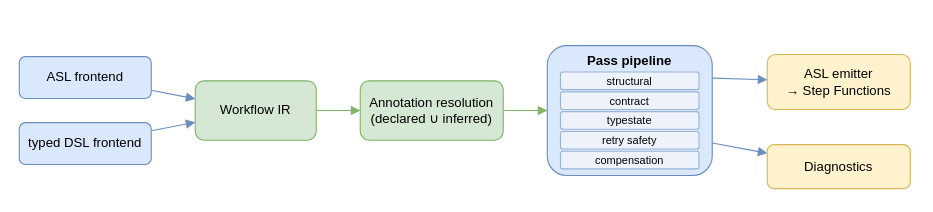
This is paper/figures/architecture.drawio from Nimrod-F/stepcheck, a draw.io file, before an edit. Source tidied: cells renumbered, new cells numbered last; positions are measured from the earlier drawing's top-left corner, leaving out a move shared by most shapes. Both pictures are drawn from the tidied source at 110%, with x=0, y=0 at pixel (19, 45).
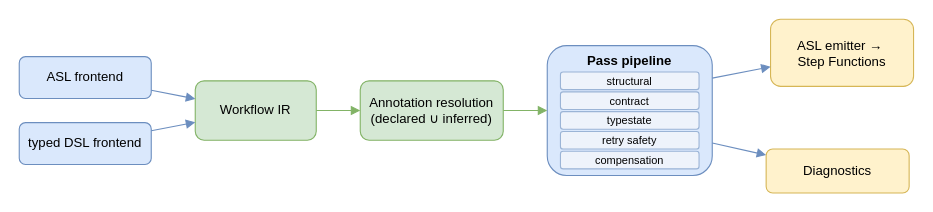
The same page after the edit.

The edit, as a diff of the source:
```diff
@@
 <mxGraphModel>
   <root>
     <mxCell id="0" />
     <mxCell id="1" parent="0" />
     <mxCell id="2" value="ASL frontend" style="rounded=1;whiteSpace=wrap;html=1;fillColor=#dae8fc;strokeColor=#6c8ebf;" parent="1" vertex="1">
       <mxGeometry y="10" width="120" height="38" as="geometry" />
     </mxCell>
     <mxCell id="3" value="typed DSL frontend" style="rounded=1;whiteSpace=wrap;html=1;fillColor=#dae8fc;strokeColor=#6c8ebf;" parent="1" vertex="1">
       <mxGeometry y="70" width="120" height="38" as="geometry" />
     </mxCell>
     <mxCell id="4" value="Workflow IR" style="rounded=1;whiteSpace=wrap;html=1;fillColor=#d5e8d4;strokeColor=#82b366;" parent="1" vertex="1">
       <mxGeometry x="160" y="32" width="110" height="54" as="geometry" />
     </mxCell>
     <mxCell id="5" value="Annotation resolution&#10;(declared ∪ inferred)" style="rounded=1;whiteSpace=wrap;html=1;fillColor=#d5e8d4;strokeColor=#82b366;" parent="1" vertex="1">
       <mxGeometry x="310" y="32" width="130" height="54" as="geometry" />
     </mxCell>
     <mxCell id="6" value="Pass pipeline" style="rounded=1;whiteSpace=wrap;html=1;fillColor=#dae8fc;strokeColor=#6c8ebf;verticalAlign=top;fontStyle=1;" parent="1" vertex="1">
       <mxGeometry x="480" width="150" height="118" as="geometry" />
     </mxCell>
     <mxCell id="7" value="structural" style="rounded=1;whiteSpace=wrap;html=1;fillColor=#eef3fb;strokeColor=#9bb4d6;fontSize=10;" parent="1" vertex="1">
       <mxGeometry x="492" y="24" width="126" height="16" as="geometry" />
     </mxCell>
     <mxCell id="8" value="contract" style="rounded=1;whiteSpace=wrap;html=1;fillColor=#eef3fb;strokeColor=#9bb4d6;fontSize=10;" parent="1" vertex="1">
       <mxGeometry x="492" y="42" width="126" height="16" as="geometry" />
     </mxCell>
     <mxCell id="9" value="typestate" style="rounded=1;whiteSpace=wrap;html=1;fillColor=#eef3fb;strokeColor=#9bb4d6;fontSize=10;" parent="1" vertex="1">
       <mxGeometry x="492" y="60" width="126" height="16" as="geometry" />
     </mxCell>
     <mxCell id="10" value="retry safety" style="rounded=1;whiteSpace=wrap;html=1;fillColor=#eef3fb;strokeColor=#9bb4d6;fontSize=10;" parent="1" vertex="1">
       <mxGeometry x="492" y="78" width="126" height="16" as="geometry" />
     </mxCell>
     <mxCell id="11" value="compensation" style="rounded=1;whiteSpace=wrap;html=1;fillColor=#eef3fb;strokeColor=#9bb4d6;fontSize=10;" parent="1" vertex="1">
       <mxGeometry x="492" y="96" width="126" height="16" as="geometry" />
     </mxCell>
-    <mxCell id="12" value="ASL emitter&#10;→ Step Functions" style="rounded=1;whiteSpace=wrap;html=1;fillColor=#fff2cc;strokeColor=#d6b656;" parent="1" vertex="1">
-      <mxGeometry x="680" y="8" width="130" height="50" as="geometry" />
+    <mxCell id="12" value="ASL emitter →&amp;nbsp;&lt;br&gt;Step Functions" style="rounded=1;whiteSpace=wrap;html=1;fillColor=#fff2cc;strokeColor=#d6b656;" parent="1" vertex="1">
+      <mxGeometry x="683" y="-24" width="130" height="61" as="geometry" />
     </mxCell>
     <mxCell id="13" value="Diagnostics" style="rounded=1;whiteSpace=wrap;html=1;fillColor=#fff2cc;strokeColor=#d6b656;" parent="1" vertex="1">
-      <mxGeometry x="680" y="90" width="130" height="40" as="geometry" />
+      <mxGeometry x="679" y="94" width="130" height="40" as="geometry" />
     </mxCell>
     <mxCell id="14" style="endArrow=block;html=1;rounded=0;strokeColor=#6c8ebf;" parent="1" edge="1" source="2" target="4">
       <mxGeometry relative="1" as="geometry" />
     </mxCell>
     <mxCell id="15" style="endArrow=block;html=1;rounded=0;strokeColor=#6c8ebf;" parent="1" edge="1" source="3" target="4">
       <mxGeometry relative="1" as="geometry" />
     </mxCell>
     <mxCell id="16" style="endArrow=block;html=1;rounded=0;strokeColor=#82b366;" parent="1" edge="1" source="4" target="5">
       <mxGeometry relative="1" as="geometry" />
     </mxCell>
     <mxCell id="17" style="endArrow=block;html=1;rounded=0;strokeColor=#82b366;" parent="1" edge="1" source="5" target="6">
       <mxGeometry relative="1" as="geometry" />
     </mxCell>
     <mxCell id="18" style="endArrow=block;html=1;rounded=0;strokeColor=#6c8ebf;exitX=1;exitY=0.25;exitDx=0;exitDy=0;" parent="1" edge="1" source="6" target="12">
       <mxGeometry relative="1" as="geometry" />
     </mxCell>
     <mxCell id="19" style="endArrow=block;html=1;rounded=0;strokeColor=#6c8ebf;exitX=1;exitY=0.75;exitDx=0;exitDy=0;" parent="1" edge="1" source="6" target="13">
       <mxGeometry relative="1" as="geometry" />
     </mxCell>
   </root>
 </mxGraphModel>
```
